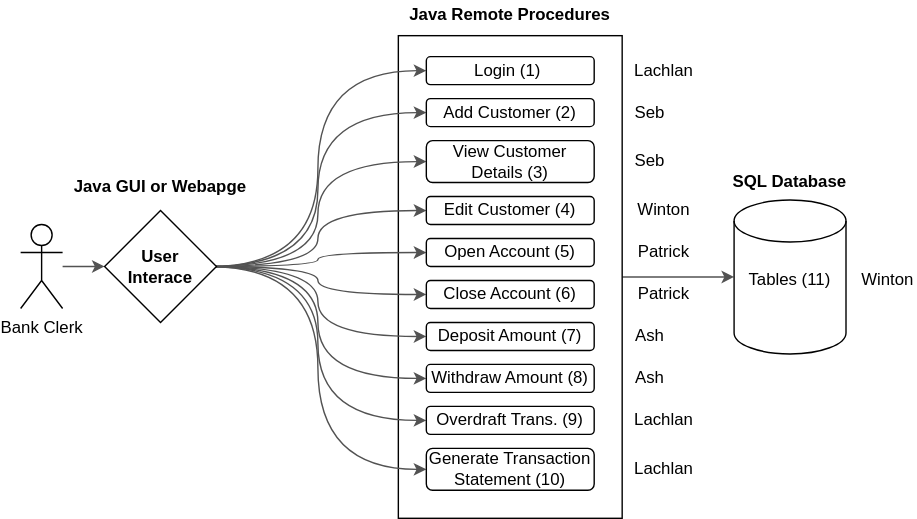
Before: Docs/System Design.svg, a diagram exported from draw.io (lolcats111/JDBC-Project-Group-B). Source tidied: cells renumbered, new cells last; positions are measured from the earlier drawing's top-left corner, leaving out a move shared by most shapes.
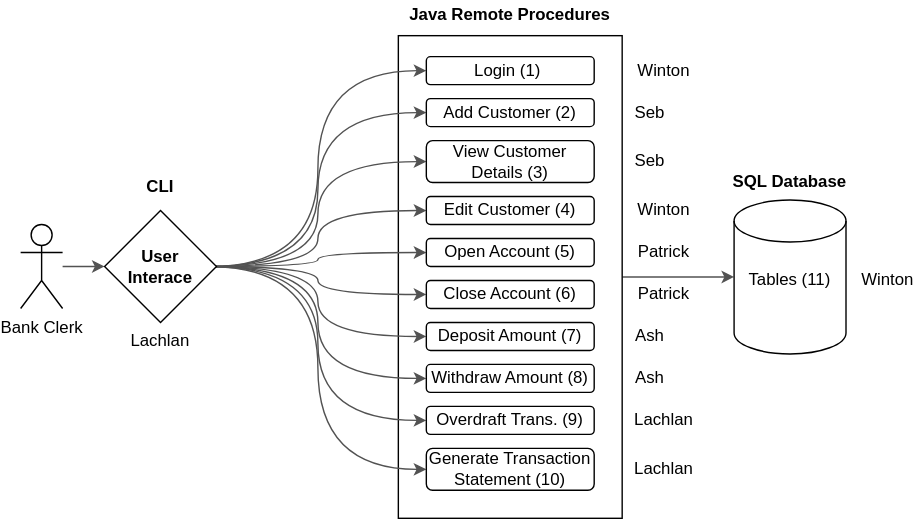
The same diagram one commit later.

Diff of the diagram source:
```diff
@@ -130,7 +130,7 @@
     <mxCell id="37" value="Lachlan" style="text;html=1;strokeColor=none;fillColor=none;align=center;verticalAlign=middle;whiteSpace=wrap;rounded=0;" parent="1" vertex="1">
       <mxGeometry x="440" y="325" width="40" height="20" as="geometry" />
     </mxCell>
-    <mxCell id="38" value="Lachlan" style="text;html=1;strokeColor=none;fillColor=none;align=center;verticalAlign=middle;whiteSpace=wrap;rounded=0;" parent="1" vertex="1">
+    <mxCell id="38" value="Winton" style="text;html=1;strokeColor=none;fillColor=none;align=center;verticalAlign=middle;whiteSpace=wrap;rounded=0;" parent="1" vertex="1">
       <mxGeometry x="440" y="40" width="40" height="20" as="geometry" />
     </mxCell>
     <mxCell id="39" style="edgeStyle=orthogonalEdgeStyle;curved=1;rounded=0;jettySize=auto;html=1;strokeColor=#525252;entryX=0;entryY=0.5;entryDx=0;entryDy=0;" parent="1" edge="1" source="40" target="41">
@@ -142,8 +142,11 @@
     <mxCell id="41" value="User&lt;br&gt;Interace" style="rhombus;whiteSpace=wrap;html=1;fontStyle=1;" parent="1" vertex="1">
       <mxGeometry x="60" y="150" width="80" height="80" as="geometry" />
     </mxCell>
-    <mxCell id="42" value="Java GUI or Webapge" style="text;html=1;strokeColor=none;fillColor=none;align=center;verticalAlign=middle;whiteSpace=wrap;rounded=0;fontStyle=1;" parent="1" vertex="1">
+    <mxCell id="42" value="CLI" style="text;html=1;strokeColor=none;fillColor=none;align=center;verticalAlign=middle;whiteSpace=wrap;rounded=0;fontStyle=1;" parent="1" vertex="1">
       <mxGeometry x="25" y="122.5" width="150" height="20" as="geometry" />
     </mxCell>
+    <mxCell id="43" value="Lachlan" style="text;html=1;strokeColor=none;fillColor=none;align=center;verticalAlign=middle;whiteSpace=wrap;rounded=0;" parent="1" vertex="1">
+      <mxGeometry x="80" y="232.5" width="40" height="20" as="geometry" />
+    </mxCell>
   </root>
 </mxGraphModel>
```
